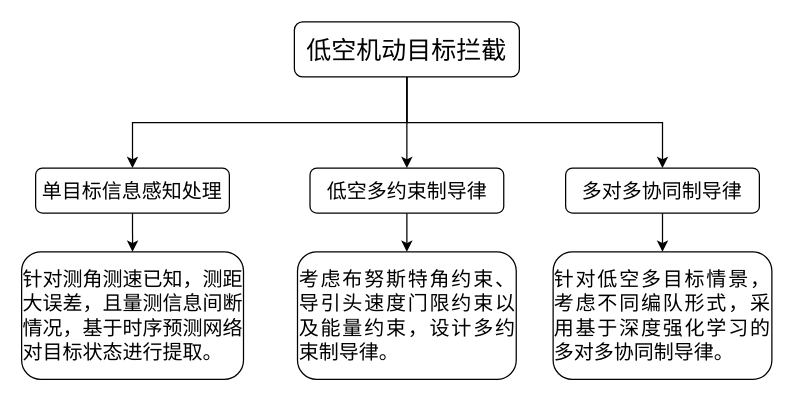
Earlier version of the draw.io diagram 低空拦截.drawio (master-fency/plot). Source tidied: cells renumbered, new cells numbered last; positions are measured from the earlier drawing's top-left corner, leaving out a move shared by most shapes. Both pictures are drawn from the tidied source at 125%, with x=0, y=0 at pixel (21, 21).
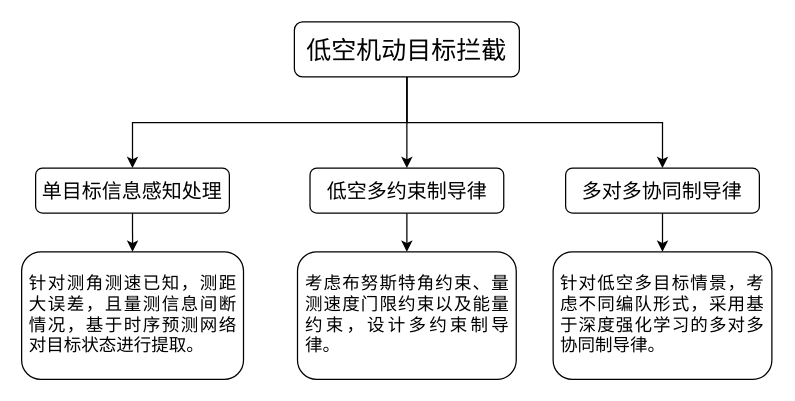
After the change.

Commit message:
更新低空拦截.drawio

What changed in the source:
```diff
@@
 <mxGraphModel>
   <root>
     <mxCell id="0" />
     <mxCell id="1" parent="0" />
     <mxCell id="2" style="edgeStyle=orthogonalEdgeStyle;rounded=0;jettySize=auto;html=1;exitX=0.5;exitY=1;exitDx=0;exitDy=0;entryX=0.5;entryY=0;entryDx=0;entryDy=0;fontFamily=Helvetica;fontSize=12;fontColor=default;" parent="1" edge="1" source="5" target="9">
       <mxGeometry relative="1" as="geometry" />
     </mxCell>
     <mxCell id="3" style="edgeStyle=orthogonalEdgeStyle;rounded=0;jettySize=auto;html=1;exitX=0.5;exitY=1;exitDx=0;exitDy=0;entryX=0.5;entryY=0;entryDx=0;entryDy=0;fontFamily=Helvetica;fontSize=12;fontColor=default;" parent="1" edge="1" source="5" target="11">
       <mxGeometry relative="1" as="geometry" />
     </mxCell>
     <mxCell id="4" style="edgeStyle=orthogonalEdgeStyle;rounded=0;jettySize=auto;html=1;exitX=0.5;exitY=1;exitDx=0;exitDy=0;entryX=0.5;entryY=0;entryDx=0;entryDy=0;fontFamily=Helvetica;fontSize=12;fontColor=default;" parent="1" edge="1" source="5" target="7">
       <mxGeometry x="0.14" relative="1" as="geometry" />
     </mxCell>
     <mxCell id="5" value="&lt;font style=&quot;font-size: 20px;&quot; face=&quot;Times New Roman&quot;&gt;低空机动目标拦截&lt;/font&gt;" style="rounded=1;whiteSpace=wrap;html=1;roundedPerimeter=1;fontFamily=Times New Roman;" parent="1" vertex="1">
       <mxGeometry x="218" width="180" height="44" as="geometry" />
     </mxCell>
     <mxCell id="6" style="edgeStyle=orthogonalEdgeStyle;rounded=0;jettySize=auto;html=1;exitX=0.5;exitY=1;exitDx=0;exitDy=0;entryX=0.5;entryY=0;entryDx=0;entryDy=0;fontFamily=Helvetica;fontSize=12;fontColor=default;" parent="1" edge="1" source="7" target="12">
       <mxGeometry relative="1" as="geometry" />
     </mxCell>
     <mxCell id="7" value="&lt;font style=&quot;font-size: 16px;&quot; face=&quot;Times New Roman&quot;&gt;单目标信息感知处理&lt;/font&gt;" style="rounded=1;whiteSpace=wrap;html=1;roundedPerimeter=1;fontFamily=Times New Roman;" parent="1" vertex="1">
       <mxGeometry x="11" y="117" width="155" height="36" as="geometry" />
     </mxCell>
     <mxCell id="8" style="edgeStyle=orthogonalEdgeStyle;rounded=0;jettySize=auto;html=1;fontFamily=Helvetica;fontSize=12;fontColor=default;" parent="1" edge="1" source="9" target="13">
       <mxGeometry relative="1" as="geometry" />
     </mxCell>
     <mxCell id="9" value="&lt;font style=&quot;font-size: 16px;&quot; face=&quot;Times New Roman&quot;&gt;低空多约束制导律&lt;/font&gt;" style="rounded=1;whiteSpace=wrap;html=1;roundedPerimeter=1;fontFamily=Times New Roman;" parent="1" vertex="1">
       <mxGeometry x="230.5" y="117" width="155" height="36" as="geometry" />
     </mxCell>
     <mxCell id="10" style="edgeStyle=orthogonalEdgeStyle;rounded=0;jettySize=auto;html=1;fontFamily=Helvetica;fontSize=12;fontColor=default;" parent="1" edge="1" source="11" target="14">
       <mxGeometry relative="1" as="geometry" />
     </mxCell>
     <mxCell id="11" value="&lt;font style=&quot;font-size: 16px;&quot; face=&quot;Times New Roman&quot;&gt;多对多协同制导律&lt;/font&gt;" style="rounded=1;whiteSpace=wrap;html=1;roundedPerimeter=1;fontFamily=Times New Roman;" parent="1" vertex="1">
       <mxGeometry x="435" y="117" width="155" height="36" as="geometry" />
     </mxCell>
-    <mxCell id="12" value="&lt;div style=&quot;text-align: justify;&quot;&gt;&lt;span style=&quot;font-size: 16px; background-color: transparent; color: light-dark(rgb(0, 0, 0), rgb(255, 255, 255));&quot;&gt;针对测角测速已知，测距大误差，且量测信息间断情况，基于时序预测网络对目标状态进行提取。&lt;/span&gt;&lt;/div&gt;" style="rounded=1;whiteSpace=wrap;html=1;roundedPerimeter=1;fontFamily=Times New Roman;" parent="1" vertex="1">
+    <mxCell id="12" value="&lt;div style=&quot;text-align: justify;&quot;&gt;&lt;span style=&quot;background-color: transparent; color: light-dark(rgb(0, 0, 0), rgb(255, 255, 255));&quot;&gt;&lt;font style=&quot;font-size: 14px;&quot;&gt;针对测角测速已知，测距大误差，且量测信息间断情况，基于时序预测网络对目标状态进行提取。&lt;/font&gt;&lt;/span&gt;&lt;/div&gt;" style="rounded=1;whiteSpace=wrap;html=1;roundedPerimeter=1;fontFamily=Times New Roman;align=center;spacingRight=5.9055;spacingLeft=5.9055;" parent="1" vertex="1">
       <mxGeometry x="-0.2" y="184" width="177.5" height="102" as="geometry" />
     </mxCell>
-    <mxCell id="13" value="&lt;div style=&quot;text-align: justify;&quot;&gt;&lt;span style=&quot;font-size: 16px; background-color: transparent; color: light-dark(rgb(0, 0, 0), rgb(255, 255, 255));&quot;&gt;考虑布努斯特角约束、导引头速度门限约束以及能量约束，设计多约束制导律。&lt;/span&gt;&lt;/div&gt;" style="rounded=1;whiteSpace=wrap;html=1;roundedPerimeter=1;fontFamily=Times New Roman;" parent="1" vertex="1">
+    <mxCell id="13" value="&lt;div style=&quot;text-align: justify;&quot;&gt;&lt;span style=&quot;background-color: transparent; color: light-dark(rgb(0, 0, 0), rgb(255, 255, 255));&quot;&gt;&lt;font style=&quot;font-size: 14px;&quot;&gt;考虑布努斯特角约束、量测速度门限约束以及能量约束，设计多约束制导律。&lt;/font&gt;&lt;/span&gt;&lt;/div&gt;" style="rounded=1;whiteSpace=wrap;html=1;roundedPerimeter=1;fontFamily=Times New Roman;spacingLeft=5.9055;spacingRight=5.9055;" parent="1" vertex="1">
       <mxGeometry x="220.5" y="184" width="175" height="102" as="geometry" />
     </mxCell>
-    <mxCell id="14" value="&lt;div style=&quot;text-align: justify;&quot;&gt;&lt;span style=&quot;font-size: 16px; background-color: transparent; color: light-dark(rgb(0, 0, 0), rgb(255, 255, 255));&quot;&gt;针对低空多目标情景，考虑不同编队形式，采用基于深度强化学习的多对多协同制导律。&lt;/span&gt;&lt;/div&gt;" style="rounded=1;whiteSpace=wrap;html=1;roundedPerimeter=1;fontFamily=Times New Roman;" parent="1" vertex="1">
+    <mxCell id="14" value="&lt;div style=&quot;text-align: justify;&quot;&gt;&lt;span style=&quot;background-color: transparent; color: light-dark(rgb(0, 0, 0), rgb(255, 255, 255));&quot;&gt;&lt;font style=&quot;font-size: 14px;&quot;&gt;针对低空多目标情景，考虑不同编队形式，采用基于深度强化学习的多对多协同制导律。&lt;/font&gt;&lt;/span&gt;&lt;/div&gt;" style="rounded=1;whiteSpace=wrap;html=1;roundedPerimeter=1;fontFamily=Times New Roman;spacingLeft=5.9055;spacingRight=5.9055;" parent="1" vertex="1">
       <mxGeometry x="425" y="184" width="175" height="102" as="geometry" />
     </mxCell>
   </root>
 </mxGraphModel>
```
